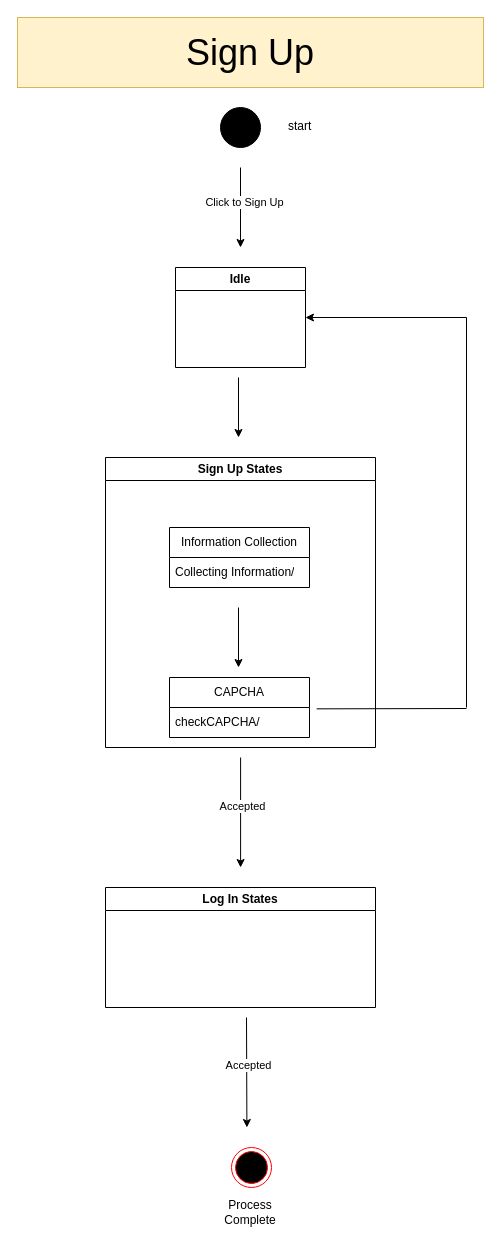
ParkinnAuto/StudyMate keeps this draw.io diagram as page "Sign Up" (3 of 6) of Models/State Machine Diagram.drawio. Above is the earlier version. Source tidied: cells renumbered, new cells numbered last; positions are measured from the earlier drawing's top-left corner, leaving out a move shared by most shapes. Both pictures are drawn from the tidied source at 100%, with x=0, y=0 at pixel (17, 17).
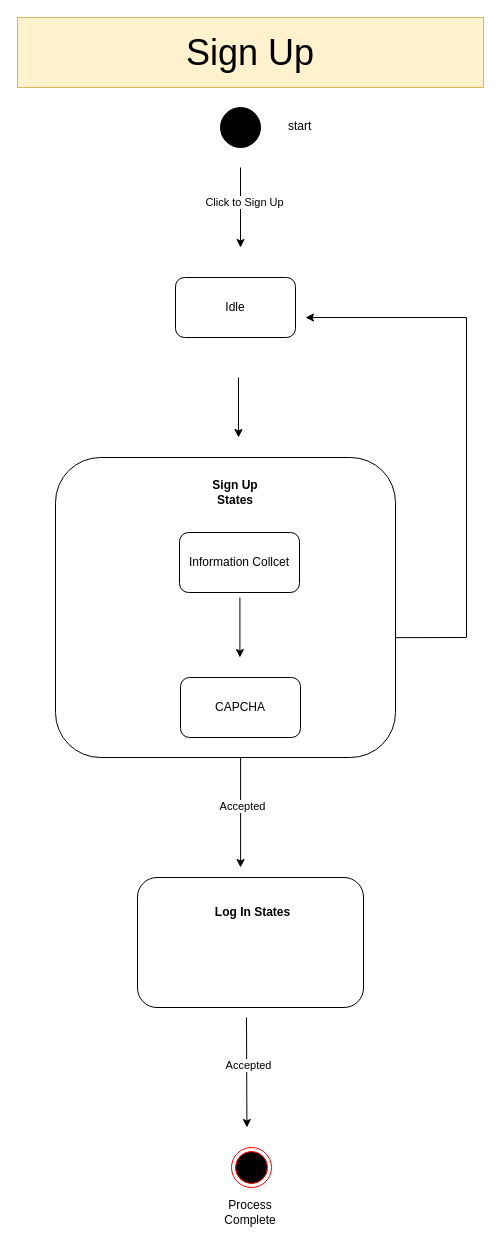
After the change.

Change to the diagram source:
```diff
@@
-    <mxCell id="6" value="Sign Up States" style="swimlane;whiteSpace=wrap;html=1;" parent="1" vertex="1">
-      <mxGeometry x="88" y="440" width="270" height="290" as="geometry" />
-    </mxCell>
-    <mxCell id="7" style="endArrow=classic;html=1;rounded=0;entryX=0.5;entryY=0;entryDx=0;entryDy=0;" parent="6" edge="1">
-      <mxGeometry relative="1" as="geometry">
-        <mxPoint x="133" y="150" as="sourcePoint" />
-        <mxPoint x="133" y="210" as="targetPoint" />
-      </mxGeometry>
-    </mxCell>
-    <mxCell id="8" value="Information Collection" style="swimlane;fontStyle=0;horizontal=1;startSize=30;whiteSpace=wrap;html=1;" parent="6" vertex="1">
-      <mxGeometry x="64" y="70" width="140" height="60" as="geometry" />
-    </mxCell>
-    <mxCell id="9" value="Collecting Information/" style="text;strokeColor=none;fillColor=none;align=left;verticalAlign=middle;spacingLeft=4;spacingRight=4;overflow=hidden;whiteSpace=wrap;html=1;" parent="8" vertex="1">
-      <mxGeometry y="30" width="140" height="30" as="geometry" />
-    </mxCell>
-    <mxCell id="10" value="CAPCHA" style="swimlane;fontStyle=0;horizontal=1;startSize=30;whiteSpace=wrap;html=1;" parent="6" vertex="1">
-      <mxGeometry x="64" y="220" width="140" height="60" as="geometry" />
-    </mxCell>
-    <mxCell id="11" value="checkCAPCHA/" style="text;strokeColor=none;fillColor=none;align=left;verticalAlign=middle;spacingLeft=4;spacingRight=4;overflow=hidden;points=[[0,0.5],[1,0.5]];portConstraint=eastwest;whiteSpace=wrap;html=1;" parent="10" vertex="1">
-      <mxGeometry y="30" width="140" height="30" as="geometry" />
-    </mxCell>
-    <mxCell id="12" value="Idle" style="swimlane;whiteSpace=wrap;html=1;" parent="1" vertex="1">
-      <mxGeometry x="158" y="250" width="130" height="100" as="geometry" />
-    </mxCell>
@@
-    <mxCell id="19" value="Log In States" style="swimlane;whiteSpace=wrap;html=1;" parent="1" vertex="1">
-      <mxGeometry x="88" y="870" width="270" height="120" as="geometry" />
-    </mxCell>
@@
-    <mxCell id="22" style="endArrow=none;html=1;rounded=0;entryX=1.051;entryY=0.045;entryDx=0;entryDy=0;entryPerimeter=0;" parent="1" edge="1" target="11">
+    <mxCell id="22" style="endArrow=none;html=1;rounded=0;entryX=1.051;entryY=0.045;entryDx=0;entryDy=0;entryPerimeter=0;" parent="1" edge="1">
       <mxGeometry relative="1" as="geometry">
-        <mxPoint x="449" y="691" as="sourcePoint" />
+        <mxPoint x="448.9" y="620" as="sourcePoint" />
+        <mxPoint x="299" y="620.3" as="targetPoint" />
       </mxGeometry>
     </mxCell>
     <mxCell id="23" style="endArrow=none;html=1;rounded=0;" parent="1" edge="1">
       <mxGeometry relative="1" as="geometry">
         <mxPoint x="449" y="300" as="sourcePoint" />
-        <mxPoint x="449" y="690" as="targetPoint" />
+        <mxPoint x="449" y="620" as="targetPoint" />
       </mxGeometry>
     </mxCell>
-    <mxCell id="24" style="endArrow=classic;html=1;rounded=0;entryX=1;entryY=0.5;entryDx=0;entryDy=0;" parent="1" edge="1" target="12">
+    <mxCell id="24" style="endArrow=classic;html=1;rounded=0;entryX=1;entryY=0.5;entryDx=0;entryDy=0;" parent="1" edge="1">
       <mxGeometry relative="1" as="geometry">
         <mxPoint x="449" y="300" as="sourcePoint" />
+        <mxPoint x="288" y="300" as="targetPoint" />
       </mxGeometry>
     </mxCell>
+    <mxCell id="12" value="Idle" style="rounded=1;whiteSpace=wrap;html=1;" parent="1" vertex="1">
+      <mxGeometry x="158" y="260" width="120" height="60" as="geometry" />
+    </mxCell>
+    <mxCell id="25" style="rounded=1;whiteSpace=wrap;html=1;" parent="1" vertex="1">
+      <mxGeometry x="38" y="440" width="340" height="300" as="geometry" />
+    </mxCell>
+    <mxCell id="6" value="&lt;span style=&quot;font-weight: 700;&quot;&gt;Sign Up States&lt;/span&gt;" style="text;html=1;align=center;verticalAlign=middle;whiteSpace=wrap;rounded=0;" parent="1" vertex="1">
+      <mxGeometry x="188" y="460" width="60" height="30" as="geometry" />
+    </mxCell>
+    <mxCell id="26" value="Information Collcet" style="rounded=1;whiteSpace=wrap;html=1;" parent="1" vertex="1">
+      <mxGeometry x="162" y="515" width="120" height="60" as="geometry" />
+    </mxCell>
+    <mxCell id="27" style="endArrow=classic;html=1;rounded=0;entryX=0.5;entryY=0;entryDx=0;entryDy=0;" parent="1" edge="1">
+      <mxGeometry relative="1" as="geometry">
+        <mxPoint x="222.4" y="580" as="sourcePoint" />
+        <mxPoint x="222.4" y="640" as="targetPoint" />
+      </mxGeometry>
+    </mxCell>
+    <mxCell id="10" value="CAPCHA" style="rounded=1;whiteSpace=wrap;html=1;" parent="1" vertex="1">
+      <mxGeometry x="163" y="660" width="120" height="60" as="geometry" />
+    </mxCell>
+    <mxCell id="28" style="rounded=1;whiteSpace=wrap;html=1;" parent="1" vertex="1">
+      <mxGeometry x="120" y="860" width="226" height="130" as="geometry" />
+    </mxCell>
+    <mxCell id="19" value="&lt;b&gt;Log In States&lt;/b&gt;" style="text;html=1;align=center;verticalAlign=middle;whiteSpace=wrap;rounded=0;" parent="1" vertex="1">
+      <mxGeometry x="188" y="880" width="95" height="30" as="geometry" />
+    </mxCell>
```
